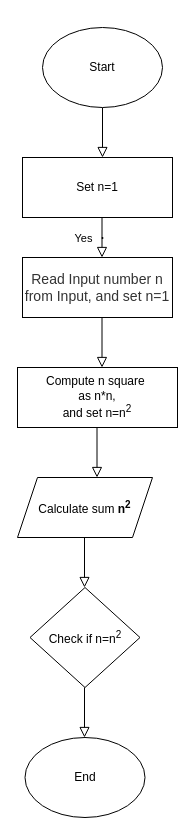
The draw.io diagram Untitled Diagram.drawio in mumugisha/Alphonse_Nkubito, before the edit. Source tidied: cells renumbered, new cells numbered last; positions are measured from the earlier drawing's top-left corner, leaving out a move shared by most shapes. Both pictures are drawn from the tidied source at 100%, with x=0, y=0 at pixel (17, 27).
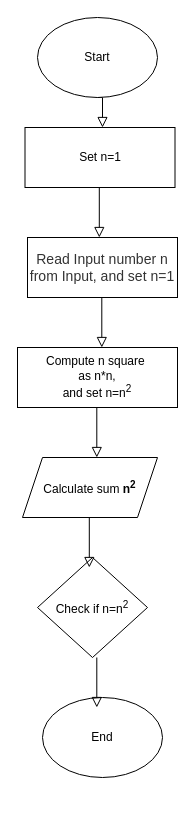
The same diagram, later.

Commit message:
Flow chart1

Diff of the diagram source:
```diff
@@
     <mxCell id="2" style="rounded=0;html=1;jettySize=auto;orthogonalLoop=1;fontSize=11;endArrow=block;endFill=0;endSize=8;strokeWidth=1;shadow=0;labelBackgroundColor=none;edgeStyle=orthogonalEdgeStyle;" parent="1" edge="1">
       <mxGeometry relative="1" as="geometry">
-        <mxPoint x="85" y="80" as="sourcePoint" />
-        <mxPoint x="85" y="130" as="targetPoint" />
+        <mxPoint x="79.6" y="70" as="sourcePoint" />
+        <mxPoint x="85" y="100" as="targetPoint" />
       </mxGeometry>
     </mxCell>
-    <mxCell id="3" value="Yes" style="rounded=0;html=1;jettySize=auto;orthogonalLoop=1;fontSize=11;endArrow=block;endFill=0;endSize=8;strokeWidth=1;shadow=0;labelBackgroundColor=none;edgeStyle=orthogonalEdgeStyle;" parent="1" edge="1">
-      <mxGeometry y="20" relative="1" as="geometry">
-        <mxPoint x="84.5" y="190" as="sourcePoint" />
-        <mxPoint x="84.5" y="230" as="targetPoint" />
-        <Array as="points">
-          <mxPoint x="84.5" y="211" />
-          <mxPoint x="85.5" y="211" />
-          <mxPoint x="85.5" y="210" />
-          <mxPoint x="84.5" y="210" />
-        </Array>
-      </mxGeometry>
-    </mxCell>
     <mxCell id="4" value="Start" style="ellipse;whiteSpace=wrap;html=1;" parent="1" vertex="1">
-      <mxGeometry x="25" width="120" height="80" as="geometry" />
+      <mxGeometry x="20" y="-10" width="120" height="80" as="geometry" />
     </mxCell>
     <mxCell id="5" value="Set n=1" style="rounded=0;whiteSpace=wrap;html=1;" parent="1" vertex="1">
-      <mxGeometry x="5" y="130" width="150" height="60" as="geometry" />
+      <mxGeometry x="7.5" y="100" width="150" height="60" as="geometry" />
     </mxCell>
     <mxCell id="6" value="&lt;span style=&quot;font-size: 10.5pt; font-family: Arial; color: rgb(51, 51, 51); background-color: rgb(255, 255, 255); font-variant-numeric: normal; font-variant-east-asian: normal; font-variant-alternates: normal; vertical-align: baseline;&quot;&gt;Read Input number n from Input, and set n=1&lt;/span&gt;&lt;span id=&quot;docs-internal-guid-a12a67c6-7fff-5756-ddde-ad5f223411b5&quot;&gt;&lt;/span&gt;" style="rounded=0;whiteSpace=wrap;html=1;" parent="1" vertex="1">
-      <mxGeometry x="5" y="230" width="150" height="60" as="geometry" />
+      <mxGeometry x="10" y="210" width="150" height="60" as="geometry" />
     </mxCell>
     <mxCell id="7" value="Compute n square&amp;nbsp;&lt;br&gt;as n*n,&lt;br&gt;and set n=n&lt;sup&gt;2&lt;/sup&gt;&lt;br&gt;&lt;span id=&quot;docs-internal-guid-6f0ee308-7fff-a626-972c-9c462f937399&quot;&gt;&lt;/span&gt;" style="rounded=0;whiteSpace=wrap;html=1;" parent="1" vertex="1">
-      <mxGeometry y="340" width="160" height="60" as="geometry" />
+      <mxGeometry y="320" width="160" height="60" as="geometry" />
     </mxCell>
     <mxCell id="8" style="rounded=0;html=1;jettySize=auto;orthogonalLoop=1;fontSize=11;endArrow=block;endFill=0;endSize=8;strokeWidth=1;shadow=0;labelBackgroundColor=none;edgeStyle=orthogonalEdgeStyle;" parent="1" edge="1">
       <mxGeometry relative="1" as="geometry">
-        <mxPoint x="84.5" y="290" as="sourcePoint" />
-        <mxPoint x="84.5" y="340" as="targetPoint" />
+        <mxPoint x="84.3" y="270" as="sourcePoint" />
+        <mxPoint x="84.3" y="320" as="targetPoint" />
       </mxGeometry>
     </mxCell>
     <mxCell id="9" value="Calculate sum &lt;b&gt;n&lt;sup&gt;2&lt;/sup&gt;&lt;/b&gt;" style="shape=parallelogram;perimeter=parallelogramPerimeter;whiteSpace=wrap;html=1;fixedSize=1;" parent="1" vertex="1">
-      <mxGeometry y="450" width="135" height="60" as="geometry" />
+      <mxGeometry x="5" y="430" width="135" height="60" as="geometry" />
     </mxCell>
     <mxCell id="10" style="rounded=0;html=1;jettySize=auto;orthogonalLoop=1;fontSize=11;endArrow=block;endFill=0;endSize=8;strokeWidth=1;shadow=0;labelBackgroundColor=none;edgeStyle=orthogonalEdgeStyle;" parent="1" edge="1">
       <mxGeometry relative="1" as="geometry">
-        <mxPoint x="79.5" y="400" as="sourcePoint" />
-        <mxPoint x="79.5" y="450" as="targetPoint" />
+        <mxPoint x="79.3" y="380" as="sourcePoint" />
+        <mxPoint x="79.3" y="430" as="targetPoint" />
       </mxGeometry>
     </mxCell>
     <mxCell id="11" value="Check if n=n&lt;sup&gt;2&lt;/sup&gt;" style="rhombus;whiteSpace=wrap;html=1;" parent="1" vertex="1">
-      <mxGeometry x="12.5" y="560" width="110" height="100" as="geometry" />
+      <mxGeometry x="20" y="530" width="110" height="100" as="geometry" />
     </mxCell>
     <mxCell id="12" style="rounded=0;html=1;jettySize=auto;orthogonalLoop=1;fontSize=11;endArrow=block;endFill=0;endSize=8;strokeWidth=1;shadow=0;labelBackgroundColor=none;edgeStyle=orthogonalEdgeStyle;" parent="1" edge="1">
       <mxGeometry relative="1" as="geometry">
-        <mxPoint x="67" y="510" as="sourcePoint" />
-        <mxPoint x="67" y="560" as="targetPoint" />
+        <mxPoint x="71.8" y="490" as="sourcePoint" />
+        <mxPoint x="71.8" y="540" as="targetPoint" />
       </mxGeometry>
     </mxCell>
     <mxCell id="13" value="End" style="ellipse;whiteSpace=wrap;html=1;" parent="1" vertex="1">
-      <mxGeometry x="7.5" y="710" width="120" height="80" as="geometry" />
+      <mxGeometry x="25" y="670" width="120" height="80" as="geometry" />
     </mxCell>
     <mxCell id="14" style="rounded=0;html=1;jettySize=auto;orthogonalLoop=1;fontSize=11;endArrow=block;endFill=0;endSize=8;strokeWidth=1;shadow=0;labelBackgroundColor=none;edgeStyle=orthogonalEdgeStyle;" parent="1" edge="1">
       <mxGeometry relative="1" as="geometry">
-        <mxPoint x="67" y="660" as="sourcePoint" />
-        <mxPoint x="67" y="710" as="targetPoint" />
+        <mxPoint x="79.3" y="630" as="sourcePoint" />
+        <mxPoint x="79.3" y="680" as="targetPoint" />
       </mxGeometry>
     </mxCell>
+    <mxCell id="15" style="rounded=0;html=1;jettySize=auto;orthogonalLoop=1;fontSize=11;endArrow=block;endFill=0;endSize=8;strokeWidth=1;shadow=0;labelBackgroundColor=none;edgeStyle=orthogonalEdgeStyle;" parent="1" edge="1">
+      <mxGeometry relative="1" as="geometry">
+        <mxPoint x="81.8" y="160" as="sourcePoint" />
+        <mxPoint x="81.8" y="210" as="targetPoint" />
+      </mxGeometry>
+    </mxCell>
```
